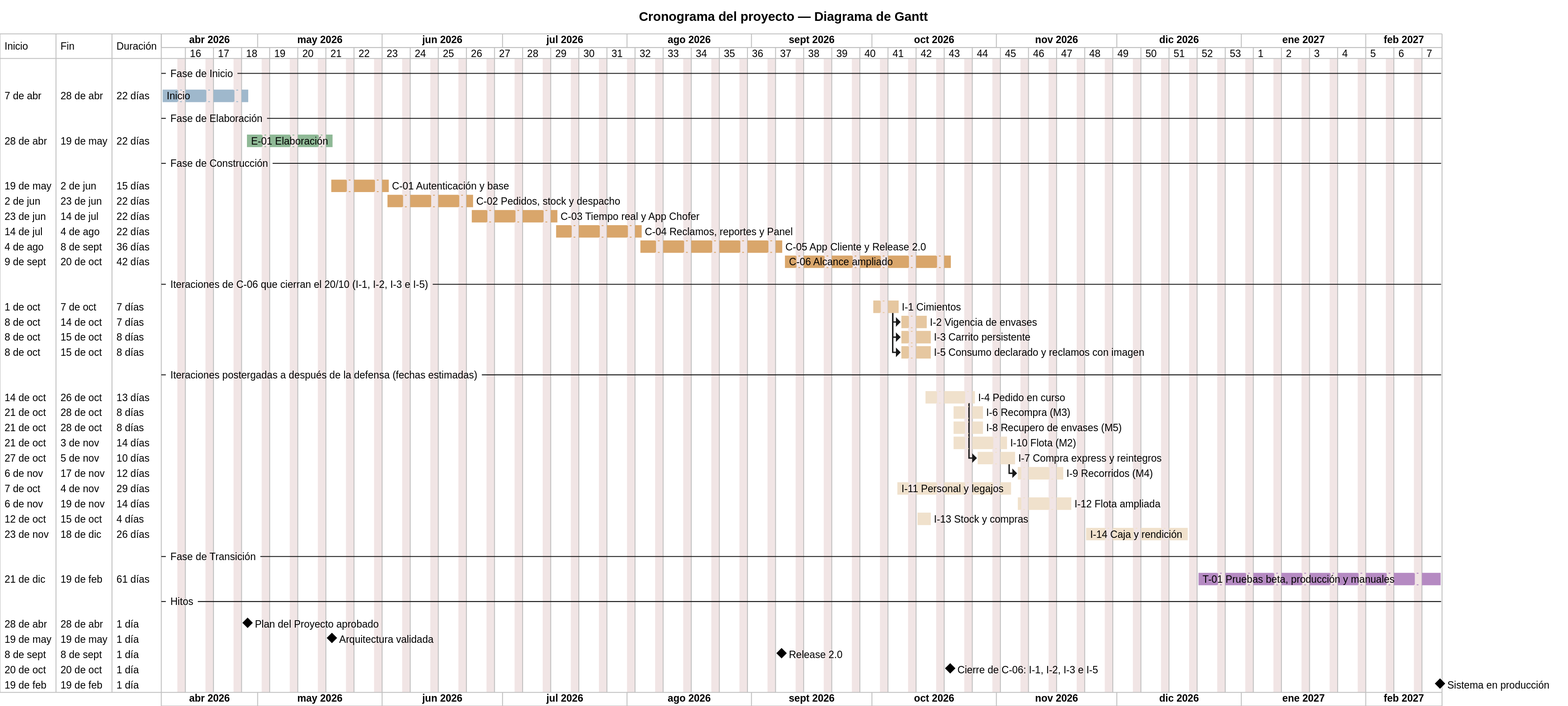
This is diagramas/uml/UML_Gantt.svg from Nahuelito-Dev/splg-docs, a PlantUML export, as it was before one commit.
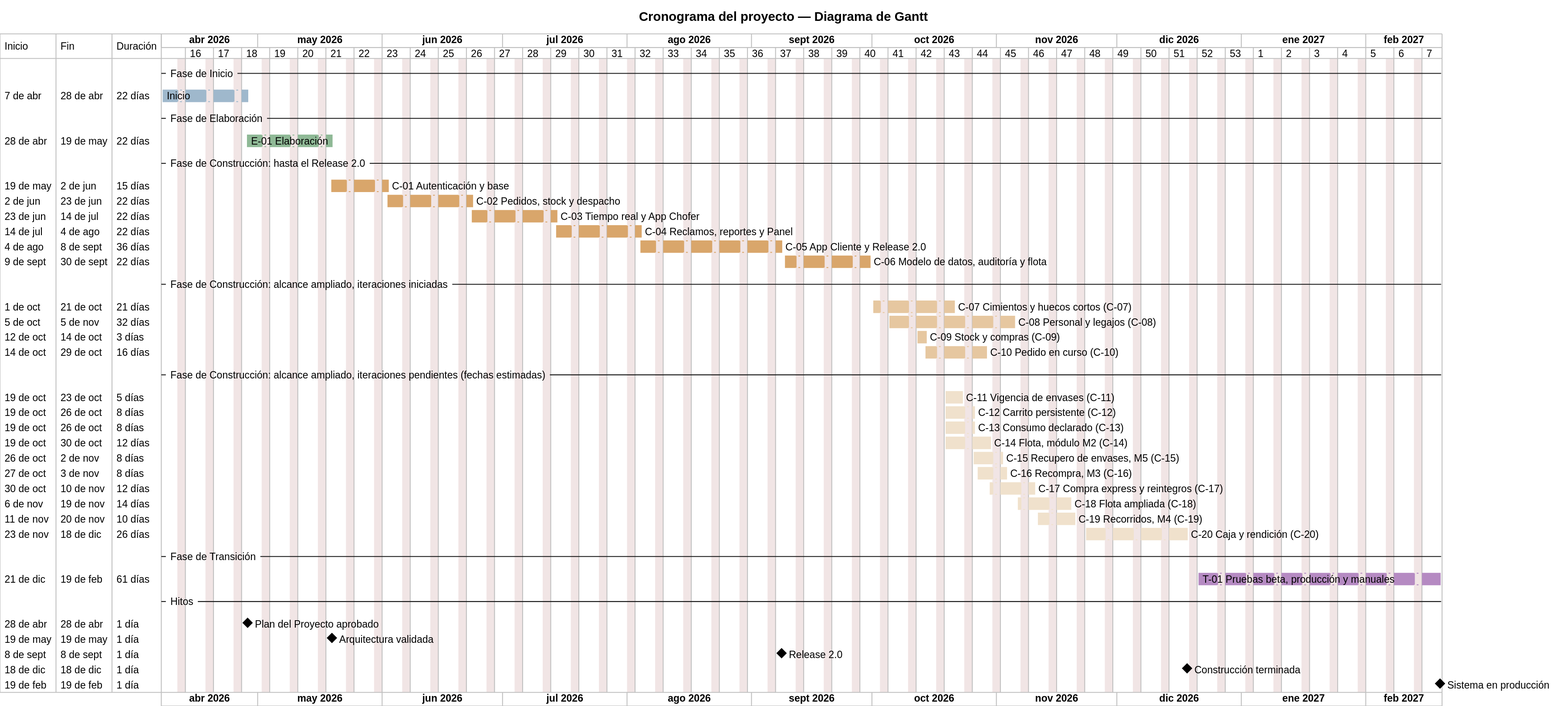
The same diagram one commit later.

What changed in the source:
```diff
@@ -17,49 +17,49 @@
 -- Fase de Elaboración --
 [E-01 Elaboración] as [E01] starts 2026-04-28 and ends 2026-05-19
 [E01] is colored in #8FB996
--- Fase de Construcción --
+-- Fase de Construcción: hasta el Release 2.0 --
 [C-01 Autenticación y base] as [C01] starts 2026-05-19 and ends 2026-06-02
 [C-02 Pedidos, stock y despacho] as [C02] starts 2026-06-02 and ends 2026-06-23
 [C-03 Tiempo real y App Chofer] as [C03] starts 2026-06-23 and ends 2026-07-14
 [C-04 Reclamos, reportes y Panel] as [C04] starts 2026-07-14 and ends 2026-08-04
 [C-05 App Cliente y Release 2.0] as [C05] starts 2026-08-04 and ends 2026-09-08
-[C-06 Alcance ampliado] as [C06] starts 2026-09-09 and ends 2026-10-20
+[C-06 Modelo de datos, auditoría y flota] as [C06] starts 2026-09-09 and ends 2026-09-30
 [C01] is colored in #D9A66B
 [C02] is colored in #D9A66B
 [C03] is colored in #D9A66B
 [C04] is colored in #D9A66B
 [C05] is colored in #D9A66B
 [C06] is colored in #D9A66B
--- Iteraciones de C-06 que cierran el 20/10 (I-1, I-2, I-3 e I-5) --
-[I-1 Cimientos] as [I1] starts 2026-10-01 and lasts 5 days
-[I-2 Vigencia de envases] as [I2] starts at [I1]'s end and lasts 5 days
-[I-3 Carrito persistente] as [I3] starts at [I1]'s end and lasts 6 days
-[I-5 Consumo declarado y reclamos con imagen] as [I5] starts at [I1]'s end and lasts 6 days
-[I1] is colored in #E6C7A0
-[I2] is colored in #E6C7A0
-[I3] is colored in #E6C7A0
-[I5] is colored in #E6C7A0
--- Iteraciones postergadas a después de la defensa (fechas estimadas) --
-[I-4 Pedido en curso] as [I4] starts 2026-10-14 and lasts 9 days
-[I-6 Recompra (M3)] as [I6] starts 2026-10-21 and lasts 6 days
-[I-8 Recupero de envases (M5)] as [I8] starts 2026-10-21 and lasts 6 days
-[I-10 Flota (M2)] as [I10] starts 2026-10-21 and lasts 10 days
-[I-7 Compra express y reintegros] as [I7] starts at [I4]'s end and lasts 8 days
-[I-9 Recorridos (M4)] as [I9] starts at [I7]'s end and lasts 8 days
-[I-11 Personal y legajos] as [I11] starts 2026-10-07 and lasts 21 days
-[I-12 Flota ampliada] as [I12] starts 2026-11-06 and lasts 10 days
-[I-13 Stock y compras] as [I13] starts 2026-10-11 and lasts 4 days
-[I-14 Caja y rendición] as [I14] starts 2026-11-23 and lasts 20 days
-[I4] is colored in #F0E1CC
-[I6] is colored in #F0E1CC
-[I7] is colored in #F0E1CC
-[I8] is colored in #F0E1CC
-[I9] is colored in #F0E1CC
-[I10] is colored in #F0E1CC
-[I11] is colored in #F0E1CC
-[I12] is colored in #F0E1CC
-[I13] is colored in #F0E1CC
-[I14] is colored in #F0E1CC
+-- Fase de Construcción: alcance ampliado, iteraciones iniciadas --
+[C-07 Cimientos y huecos cortos (C-07)] as [C07] starts 2026-10-01 and ends 2026-10-21
+[C-08 Personal y legajos (C-08)] as [C08] starts 2026-10-04 and ends 2026-11-05
+[C-09 Stock y compras (C-09)] as [C09] starts 2026-10-11 and ends 2026-10-14
+[C-10 Pedido en curso (C-10)] as [C10] starts 2026-10-14 and ends 2026-10-29
+[C07] is colored in #E6C7A0
+[C08] is colored in #E6C7A0
+[C09] is colored in #E6C7A0
+[C10] is colored in #E6C7A0
+-- Fase de Construcción: alcance ampliado, iteraciones pendientes (fechas estimadas) --
+[C-11 Vigencia de envases (C-11)] as [C11] starts 2026-10-19 and ends 2026-10-23
+[C-12 Carrito persistente (C-12)] as [C12] starts 2026-10-19 and ends 2026-10-26
+[C-13 Consumo declarado (C-13)] as [C13] starts 2026-10-19 and ends 2026-10-26
+[C-14 Flota, módulo M2 (C-14)] as [C14] starts 2026-10-19 and ends 2026-10-30
+[C-15 Recupero de envases, M5 (C-15)] as [C15] starts 2026-10-26 and ends 2026-11-02
+[C-16 Recompra, M3 (C-16)] as [C16] starts 2026-10-27 and ends 2026-11-03
+[C-17 Compra express y reintegros (C-17)] as [C17] starts 2026-10-30 and ends 2026-11-10
+[C-18 Flota ampliada (C-18)] as [C18] starts 2026-11-06 and ends 2026-11-19
+[C-19 Recorridos, M4 (C-19)] as [C19] starts 2026-11-11 and ends 2026-11-20
+[C-20 Caja y rendición (C-20)] as [C20] starts 2026-11-23 and ends 2026-12-18
+[C11] is colored in #F0E1CC
+[C12] is colored in #F0E1CC
+[C13] is colored in #F0E1CC
+[C14] is colored in #F0E1CC
+[C15] is colored in #F0E1CC
+[C16] is colored in #F0E1CC
+[C17] is colored in #F0E1CC
+[C18] is colored in #F0E1CC
+[C19] is colored in #F0E1CC
+[C20] is colored in #F0E1CC
 -- Fase de Transición --
 [T-01 Pruebas beta, producción y manuales] as [T01] starts 2026-12-21 and ends 2027-02-19
 [T01] is colored in #B58AC2
@@ -68,6 +68,6 @@
 [Plan del Proyecto aprobado] happens 2026-04-28
 [Arquitectura validada] happens 2026-05-19
 [Release 2.0] happens 2026-09-08
-[Cierre de C-06: I-1, I-2, I-3 e I-5] happens 2026-10-20
+[Construcción terminada] happens 2026-12-18
 [Sistema en producción] happens 2027-02-19
 @endgantt
```
